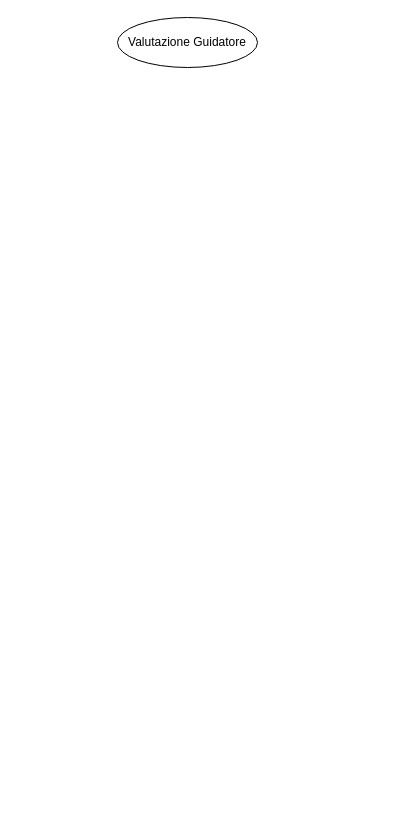
The draw.io diagram page "R07" (7 of 7) of Diagramma senza titolo.drawio in kelvinsrcn/Demo, before the edit. Source tidied: cells renumbered, new cells numbered last; positions are measured from the earlier drawing's top-left corner, leaving out a move shared by most shapes. Both pictures are drawn from the tidied source at 100%, with x=0, y=0 at pixel (117, 17).
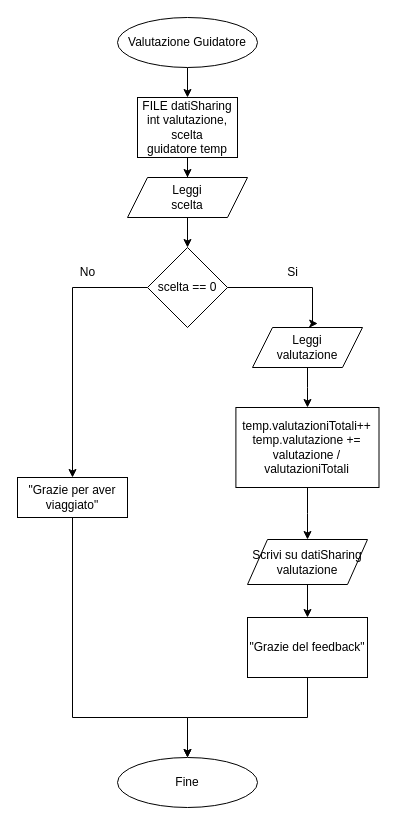
Above is the later version.

The change refers to these unchanged cells:
```xml
<mxCell id="2" value="Valutazione Guidatore" style="ellipse;whiteSpace=wrap;html=1;" parent="1" vertex="1">
  <mxGeometry width="140" height="50" as="geometry" />
</mxCell>
```

Change to the diagram source:
```diff
@@
+    <mxCell id="3" style="edgeStyle=orthogonalEdgeStyle;rounded=0;jettySize=auto;html=1;" parent="1" edge="1" source="2" target="5">
+      <mxGeometry relative="1" as="geometry" />
+    </mxCell>
@@
+    <mxCell id="4" style="edgeStyle=orthogonalEdgeStyle;rounded=0;jettySize=auto;html=1;" parent="1" edge="1" source="5" target="13">
+      <mxGeometry relative="1" as="geometry" />
+    </mxCell>
+    <mxCell id="5" value="FILE datiSharing&lt;br&gt;int valutazione, scelta&lt;br&gt;guidatore temp" style="whiteSpace=wrap;html=1;" parent="1" vertex="1">
+      <mxGeometry x="20" y="80" width="100" height="60" as="geometry" />
+    </mxCell>
+    <mxCell id="6" style="edgeStyle=orthogonalEdgeStyle;rounded=0;jettySize=auto;html=1;" parent="1" edge="1" source="8" target="11">
+      <mxGeometry relative="1" as="geometry" />
+    </mxCell>
+    <mxCell id="7" style="edgeStyle=orthogonalEdgeStyle;rounded=0;jettySize=auto;html=1;entryX=0.593;entryY=-0.1;entryDx=0;entryDy=0;entryPerimeter=0;" parent="1" edge="1" source="8" target="16">
+      <mxGeometry relative="1" as="geometry">
+        <Array as="points">
+          <mxPoint x="195" y="270" />
+        </Array>
+      </mxGeometry>
+    </mxCell>
+    <mxCell id="8" value="scelta == 0" style="rhombus;whiteSpace=wrap;html=1;" parent="1" vertex="1">
+      <mxGeometry x="30" y="230" width="80" height="80" as="geometry" />
+    </mxCell>
+    <mxCell id="9" value="No" style="text;html=1;align=center;verticalAlign=middle;strokeColor=none;fillColor=none;" parent="1" vertex="1">
+      <mxGeometry x="-50" y="240" width="40" height="30" as="geometry" />
+    </mxCell>
+    <mxCell id="10" style="edgeStyle=orthogonalEdgeStyle;rounded=0;jettySize=auto;html=1;" parent="1" edge="1" source="11" target="23">
+      <mxGeometry relative="1" as="geometry">
+        <Array as="points">
+          <mxPoint x="-45" y="700" />
+          <mxPoint x="70" y="700" />
+        </Array>
+      </mxGeometry>
+    </mxCell>
+    <mxCell id="11" value="&quot;Grazie per aver viaggiato&quot;" style="whiteSpace=wrap;html=1;" parent="1" vertex="1">
+      <mxGeometry x="-100" y="460" width="110" height="40" as="geometry" />
+    </mxCell>
+    <mxCell id="12" style="edgeStyle=orthogonalEdgeStyle;rounded=0;jettySize=auto;html=1;" parent="1" edge="1" source="13" target="8">
+      <mxGeometry relative="1" as="geometry" />
+    </mxCell>
+    <mxCell id="13" value="Leggi&lt;br&gt;scelta" style="shape=parallelogram;perimeter=parallelogramPerimeter;whiteSpace=wrap;html=1;fixedSize=1;" parent="1" vertex="1">
+      <mxGeometry x="10" y="160" width="120" height="40" as="geometry" />
+    </mxCell>
+    <mxCell id="14" value="Si" style="text;html=1;align=center;verticalAlign=middle;strokeColor=none;fillColor=none;" parent="1" vertex="1">
+      <mxGeometry x="160" y="240" width="30" height="30" as="geometry" />
+    </mxCell>
+    <mxCell id="15" style="edgeStyle=orthogonalEdgeStyle;rounded=0;jettySize=auto;html=1;" parent="1" edge="1" source="16" target="18">
+      <mxGeometry relative="1" as="geometry" />
+    </mxCell>
+    <mxCell id="16" value="Leggi&lt;br&gt;valutazione" style="shape=parallelogram;perimeter=parallelogramPerimeter;whiteSpace=wrap;html=1;fixedSize=1;" parent="1" vertex="1">
+      <mxGeometry x="135" y="310" width="110" height="40" as="geometry" />
+    </mxCell>
+    <mxCell id="17" style="edgeStyle=orthogonalEdgeStyle;rounded=0;jettySize=auto;html=1;" parent="1" edge="1" source="18" target="22">
+      <mxGeometry relative="1" as="geometry" />
+    </mxCell>
+    <mxCell id="18" value="temp.valutazioniTotali++&lt;br&gt;temp.valutazione += valutazione / valutazioniTotali" style="whiteSpace=wrap;html=1;" parent="1" vertex="1">
+      <mxGeometry x="118.4" y="390" width="143.1" height="80" as="geometry" />
+    </mxCell>
+    <mxCell id="19" style="edgeStyle=orthogonalEdgeStyle;rounded=0;jettySize=auto;html=1;entryX=0.5;entryY=0;entryDx=0;entryDy=0;" parent="1" edge="1" source="20" target="23">
+      <mxGeometry relative="1" as="geometry" />
+    </mxCell>
+    <mxCell id="20" value="&quot;Grazie del feedback&quot;" style="whiteSpace=wrap;html=1;" parent="1" vertex="1">
+      <mxGeometry x="130" y="600" width="120" height="60" as="geometry" />
+    </mxCell>
+    <mxCell id="21" style="edgeStyle=orthogonalEdgeStyle;rounded=0;jettySize=auto;html=1;" parent="1" edge="1" source="22" target="20">
+      <mxGeometry relative="1" as="geometry" />
+    </mxCell>
+    <mxCell id="22" value="Scrivi su datiSharing&lt;br&gt;valutazione" style="shape=parallelogram;perimeter=parallelogramPerimeter;whiteSpace=wrap;html=1;fixedSize=1;" parent="1" vertex="1">
+      <mxGeometry x="130" y="522" width="120" height="45" as="geometry" />
+    </mxCell>
+    <mxCell id="23" value="Fine" style="ellipse;whiteSpace=wrap;html=1;" parent="1" vertex="1">
+      <mxGeometry y="740" width="140" height="50" as="geometry" />
+    </mxCell>
```
